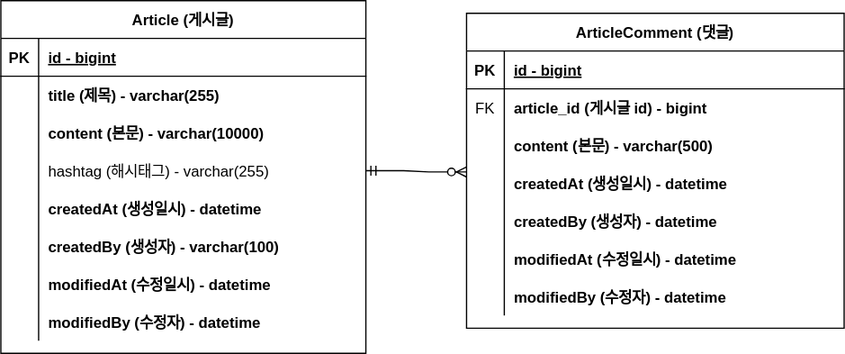
Before: document/project-board-erd.svg, a diagram exported from draw.io (tkdwls4453/project-board). Source tidied: cells renumbered, new cells last; positions are measured from the earlier drawing's top-left corner, leaving out a move shared by most shapes.
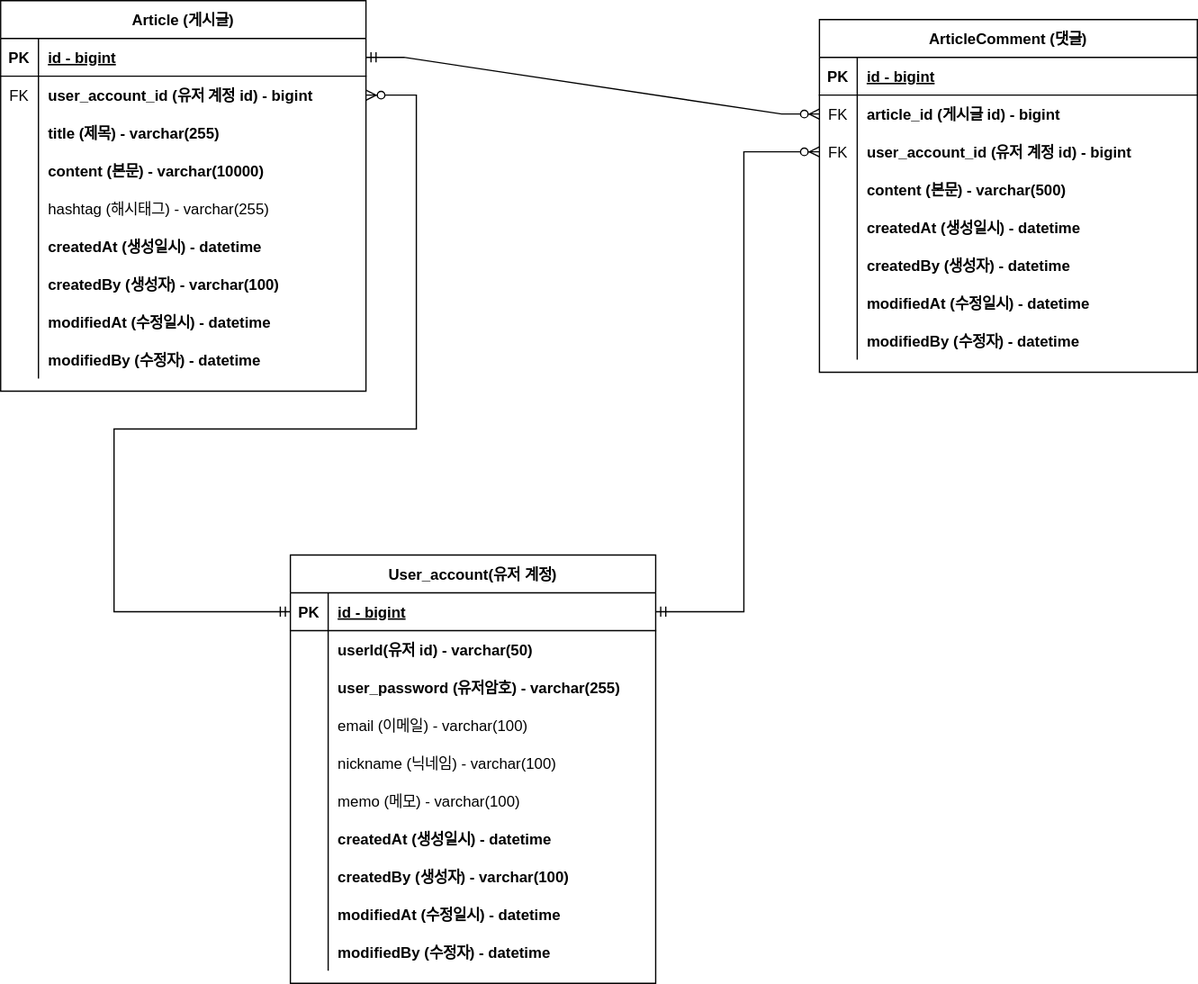
The same file after the commit.

Commit message:
#17 - project-board-erd.svg 업데이트 : user_account 도메인 추가

Diff of the diagram source:
```diff
@@ -3,7 +3,7 @@
     <mxCell id="0" />
     <mxCell id="1" parent="0" />
     <mxCell id="2" value="ArticleComment (댓글)" style="shape=table;startSize=30;rowLines=0;fontStyle=1;align=center;" parent="1" vertex="1">
-      <mxGeometry x="370" y="10" width="300" height="250" as="geometry" />
+      <mxGeometry x="650" y="15" width="300" height="280" as="geometry" />
     </mxCell>
     <mxCell id="3" style="shape=partialRectangle;fillColor=none;top=0;left=0;right=0;bottom=1;" parent="2" vertex="1">
       <mxGeometry y="30" width="300" height="30" as="geometry" />
@@ -23,8 +23,17 @@
     <mxCell id="8" value="article_id (게시글 id) - bigint" style="shape=partialRectangle;overflow=hidden;fillColor=none;top=0;left=0;bottom=0;right=0;align=left;spacingLeft=6;fontStyle=1;" parent="6" vertex="1">
       <mxGeometry x="30" width="270" height="30" as="geometry" />
     </mxCell>
+    <mxCell id="50" style="shape=partialRectangle;fillColor=none;points=[[0,0.5],[1,0.5]];portConstraint=eastwest;top=0;left=0;right=0;bottom=0;" parent="2" vertex="1">
+      <mxGeometry y="90" width="300" height="30" as="geometry" />
+    </mxCell>
+    <mxCell id="51" value="FK" style="shape=partialRectangle;overflow=hidden;fillColor=none;top=0;left=0;bottom=0;right=0;" parent="50" vertex="1">
+      <mxGeometry width="30" height="30" as="geometry" />
+    </mxCell>
+    <mxCell id="52" value="user_account_id (유저 계정 id) - bigint" style="shape=partialRectangle;overflow=hidden;fillColor=none;top=0;left=0;bottom=0;right=0;align=left;spacingLeft=6;fontStyle=1;" parent="50" vertex="1">
+      <mxGeometry x="30" width="270" height="30" as="geometry" />
+    </mxCell>
     <mxCell id="9" style="shape=partialRectangle;fillColor=none;top=0;left=0;right=0;bottom=0;" parent="2" vertex="1">
-      <mxGeometry y="90" width="300" height="30" as="geometry" />
+      <mxGeometry y="120" width="300" height="30" as="geometry" />
     </mxCell>
     <mxCell id="10" style="shape=partialRectangle;overflow=hidden;fillColor=none;top=0;left=0;bottom=0;right=0;" parent="9" vertex="1">
       <mxGeometry width="30" height="30" as="geometry" />
@@ -33,7 +42,7 @@
       <mxGeometry x="30" width="270" height="30" as="geometry" />
     </mxCell>
     <mxCell id="12" style="shape=partialRectangle;fillColor=none;points=[[0,0.5],[1,0.5]];portConstraint=eastwest;top=0;left=0;right=0;bottom=0;" parent="2" vertex="1">
-      <mxGeometry y="120" width="300" height="30" as="geometry" />
+      <mxGeometry y="150" width="300" height="30" as="geometry" />
     </mxCell>
     <mxCell id="13" style="shape=partialRectangle;overflow=hidden;fillColor=none;top=0;left=0;bottom=0;right=0;" parent="12" vertex="1">
       <mxGeometry width="30" height="30" as="geometry" />
@@ -42,7 +51,7 @@
       <mxGeometry x="30" width="270" height="30" as="geometry" />
     </mxCell>
     <mxCell id="15" style="shape=partialRectangle;fillColor=none;top=0;left=0;right=0;bottom=0;" parent="2" vertex="1">
-      <mxGeometry y="150" width="300" height="30" as="geometry" />
+      <mxGeometry y="180" width="300" height="30" as="geometry" />
     </mxCell>
     <mxCell id="16" style="shape=partialRectangle;overflow=hidden;fillColor=none;top=0;left=0;bottom=0;right=0;" parent="15" vertex="1">
       <mxGeometry width="30" height="30" as="geometry" />
@@ -51,7 +60,7 @@
       <mxGeometry x="30" width="270" height="30" as="geometry" />
     </mxCell>
     <mxCell id="18" style="shape=partialRectangle;fillColor=none;top=0;left=0;right=0;bottom=0;" parent="2" vertex="1">
-      <mxGeometry y="180" width="300" height="30" as="geometry" />
+      <mxGeometry y="210" width="300" height="30" as="geometry" />
     </mxCell>
     <mxCell id="19" style="shape=partialRectangle;overflow=hidden;fillColor=none;top=0;left=0;bottom=0;right=0;" parent="18" vertex="1">
       <mxGeometry width="30" height="30" as="geometry" />
@@ -60,7 +69,7 @@
       <mxGeometry x="30" width="270" height="30" as="geometry" />
     </mxCell>
     <mxCell id="21" style="shape=partialRectangle;fillColor=none;top=0;left=0;right=0;bottom=0;" parent="2" vertex="1">
-      <mxGeometry y="210" width="300" height="30" as="geometry" />
+      <mxGeometry y="240" width="300" height="30" as="geometry" />
     </mxCell>
     <mxCell id="22" style="shape=partialRectangle;overflow=hidden;fillColor=none;top=0;left=0;bottom=0;right=0;" parent="21" vertex="1">
       <mxGeometry width="30" height="30" as="geometry" />
@@ -69,7 +78,7 @@
       <mxGeometry x="30" width="270" height="30" as="geometry" />
     </mxCell>
     <mxCell id="24" value="Article (게시글)" style="shape=table;startSize=30;rowLines=0;fontStyle=1;align=center;" parent="1" vertex="1">
-      <mxGeometry width="290" height="280" as="geometry" />
+      <mxGeometry width="290" height="310" as="geometry" />
     </mxCell>
     <mxCell id="25" style="shape=partialRectangle;fillColor=none;points=[[0,0.5],[1,0.5]];portConstraint=eastwest;top=0;left=0;right=0;bottom=1;" parent="24" vertex="1">
       <mxGeometry y="30" width="290" height="30" as="geometry" />
@@ -83,14 +92,23 @@
     <mxCell id="28" style="shape=partialRectangle;fillColor=none;points=[[0,0.5],[1,0.5]];portConstraint=eastwest;top=0;left=0;right=0;bottom=0;" parent="24" vertex="1">
       <mxGeometry y="60" width="290" height="30" as="geometry" />
     </mxCell>
-    <mxCell id="29" style="shape=partialRectangle;overflow=hidden;fillColor=none;top=0;left=0;bottom=0;right=0;" parent="28" vertex="1">
+    <mxCell id="29" value="FK" style="shape=partialRectangle;overflow=hidden;fillColor=none;top=0;left=0;bottom=0;right=0;" parent="28" vertex="1">
       <mxGeometry width="30" height="30" as="geometry" />
     </mxCell>
-    <mxCell id="30" value="title (제목) - varchar(255)" style="shape=partialRectangle;overflow=hidden;fillColor=none;top=0;left=0;bottom=0;right=0;align=left;spacingLeft=6;fontStyle=1;" parent="28" vertex="1">
+    <mxCell id="30" value="user_account_id (유저 계정 id) - bigint" style="shape=partialRectangle;overflow=hidden;fillColor=none;top=0;left=0;bottom=0;right=0;align=left;spacingLeft=6;fontStyle=1;" parent="28" vertex="1">
       <mxGeometry x="30" width="260" height="30" as="geometry" />
     </mxCell>
+    <mxCell id="53" style="shape=partialRectangle;fillColor=none;top=0;left=0;right=0;bottom=0;" parent="24" vertex="1">
+      <mxGeometry y="90" width="290" height="30" as="geometry" />
+    </mxCell>
+    <mxCell id="54" style="shape=partialRectangle;overflow=hidden;fillColor=none;top=0;left=0;bottom=0;right=0;" parent="53" vertex="1">
+      <mxGeometry width="30" height="30" as="geometry" />
+    </mxCell>
+    <mxCell id="55" value="title (제목) - varchar(255)" style="shape=partialRectangle;overflow=hidden;fillColor=none;top=0;left=0;bottom=0;right=0;align=left;spacingLeft=6;fontStyle=1;" parent="53" vertex="1">
+      <mxGeometry x="30" width="260" height="30" as="geometry" />
+    </mxCell>
     <mxCell id="31" style="shape=partialRectangle;fillColor=none;top=0;left=0;right=0;bottom=0;" parent="24" vertex="1">
-      <mxGeometry y="90" width="290" height="30" as="geometry" />
+      <mxGeometry y="120" width="290" height="30" as="geometry" />
     </mxCell>
     <mxCell id="32" style="shape=partialRectangle;overflow=hidden;fillColor=none;top=0;left=0;bottom=0;right=0;" parent="31" vertex="1">
       <mxGeometry width="30" height="30" as="geometry" />
@@ -99,7 +117,7 @@
       <mxGeometry x="30" width="260" height="30" as="geometry" />
     </mxCell>
     <mxCell id="34" style="shape=partialRectangle;fillColor=none;points=[[0,0.5],[1,0.5]];portConstraint=eastwest;top=0;left=0;right=0;bottom=0;" parent="24" vertex="1">
-      <mxGeometry y="120" width="290" height="30" as="geometry" />
+      <mxGeometry y="150" width="290" height="30" as="geometry" />
     </mxCell>
     <mxCell id="35" style="shape=partialRectangle;overflow=hidden;fillColor=none;top=0;left=0;bottom=0;right=0;" parent="34" vertex="1">
       <mxGeometry width="30" height="30" as="geometry" />
@@ -108,7 +126,7 @@
       <mxGeometry x="30" width="260" height="30" as="geometry" />
     </mxCell>
     <mxCell id="37" style="shape=partialRectangle;fillColor=none;top=0;left=0;right=0;bottom=0;" parent="24" vertex="1">
-      <mxGeometry y="150" width="290" height="30" as="geometry" />
+      <mxGeometry y="180" width="290" height="30" as="geometry" />
     </mxCell>
     <mxCell id="38" style="shape=partialRectangle;overflow=hidden;fillColor=none;top=0;left=0;bottom=0;right=0;" parent="37" vertex="1">
       <mxGeometry width="30" height="30" as="geometry" />
@@ -117,7 +135,7 @@
       <mxGeometry x="30" width="260" height="30" as="geometry" />
     </mxCell>
     <mxCell id="40" style="shape=partialRectangle;fillColor=none;top=0;left=0;right=0;bottom=0;" parent="24" vertex="1">
-      <mxGeometry y="180" width="290" height="30" as="geometry" />
+      <mxGeometry y="210" width="290" height="30" as="geometry" />
     </mxCell>
     <mxCell id="41" style="shape=partialRectangle;overflow=hidden;fillColor=none;top=0;left=0;bottom=0;right=0;" parent="40" vertex="1">
       <mxGeometry width="30" height="30" as="geometry" />
@@ -126,7 +144,7 @@
       <mxGeometry x="30" width="260" height="30" as="geometry" />
     </mxCell>
     <mxCell id="43" style="shape=partialRectangle;fillColor=none;top=0;left=0;right=0;bottom=0;" parent="24" vertex="1">
-      <mxGeometry y="210" width="290" height="30" as="geometry" />
+      <mxGeometry y="240" width="290" height="30" as="geometry" />
     </mxCell>
     <mxCell id="44" style="shape=partialRectangle;overflow=hidden;fillColor=none;top=0;left=0;bottom=0;right=0;" parent="43" vertex="1">
       <mxGeometry width="30" height="30" as="geometry" />
@@ -135,7 +153,7 @@
       <mxGeometry x="30" width="260" height="30" as="geometry" />
     </mxCell>
     <mxCell id="46" style="shape=partialRectangle;fillColor=none;top=0;left=0;right=0;bottom=0;" parent="24" vertex="1">
-      <mxGeometry y="240" width="290" height="30" as="geometry" />
+      <mxGeometry y="270" width="290" height="30" as="geometry" />
     </mxCell>
     <mxCell id="47" style="shape=partialRectangle;overflow=hidden;fillColor=none;top=0;left=0;bottom=0;right=0;" parent="46" vertex="1">
       <mxGeometry width="30" height="30" as="geometry" />
@@ -143,8 +161,119 @@
     <mxCell id="48" value="modifiedBy (수정자) - datetime" style="shape=partialRectangle;overflow=hidden;fillColor=none;top=0;left=0;bottom=0;right=0;align=left;spacingLeft=6;fontStyle=1;" parent="46" vertex="1">
       <mxGeometry x="30" width="260" height="30" as="geometry" />
     </mxCell>
-    <mxCell id="49" style="edgeStyle=entityRelationEdgeStyle;fontSize=12;html=1;endArrow=ERzeroToMany;startArrow=ERmandOne;rounded=0;exitX=1;exitY=0.5;exitDx=0;exitDy=0;entryX=0;entryY=0.2;entryDx=0;entryDy=0;entryPerimeter=0;" parent="1" edge="1" source="34" target="12">
-      <mxGeometry relative="1" as="geometry" />
-    </mxCell>
+    <mxCell id="56" value="User_account(유저 계정)" style="shape=table;startSize=30;rowLines=0;fontStyle=1;align=center;" parent="1" vertex="1">
+      <mxGeometry x="230" y="440" width="290" height="340" as="geometry" />
+    </mxCell>
+    <mxCell id="57" style="shape=partialRectangle;fillColor=none;points=[[0,0.5],[1,0.5]];portConstraint=eastwest;top=0;left=0;right=0;bottom=1;" parent="56" vertex="1">
+      <mxGeometry y="30" width="290" height="30" as="geometry" />
+    </mxCell>
+    <mxCell id="58" value="PK" style="shape=partialRectangle;overflow=hidden;fillColor=none;top=0;left=0;bottom=0;right=0;fontStyle=1;" parent="57" vertex="1">
+      <mxGeometry width="30" height="30" as="geometry" />
+    </mxCell>
+    <mxCell id="59" value="id - bigint" style="shape=partialRectangle;overflow=hidden;fillColor=none;top=0;left=0;bottom=0;right=0;align=left;spacingLeft=6;fontStyle=5;" parent="57" vertex="1">
+      <mxGeometry x="30" width="260" height="30" as="geometry" />
+    </mxCell>
+    <mxCell id="60" style="shape=partialRectangle;fillColor=none;top=0;left=0;right=0;bottom=0;" parent="56" vertex="1">
+      <mxGeometry y="60" width="290" height="30" as="geometry" />
+    </mxCell>
+    <mxCell id="61" style="shape=partialRectangle;overflow=hidden;fillColor=none;top=0;left=0;bottom=0;right=0;" parent="60" vertex="1">
+      <mxGeometry width="30" height="30" as="geometry" />
+    </mxCell>
+    <mxCell id="62" value="userId(유저 id) - varchar(50)" style="shape=partialRectangle;overflow=hidden;fillColor=none;top=0;left=0;bottom=0;right=0;align=left;spacingLeft=6;fontStyle=1;" parent="60" vertex="1">
+      <mxGeometry x="30" width="260" height="30" as="geometry" />
+    </mxCell>
+    <mxCell id="63" style="shape=partialRectangle;fillColor=none;top=0;left=0;right=0;bottom=0;" parent="56" vertex="1">
+      <mxGeometry y="90" width="290" height="30" as="geometry" />
+    </mxCell>
+    <mxCell id="64" style="shape=partialRectangle;overflow=hidden;fillColor=none;top=0;left=0;bottom=0;right=0;" parent="63" vertex="1">
+      <mxGeometry width="30" height="30" as="geometry" />
+    </mxCell>
+    <mxCell id="65" value="user_password (유저암호) - varchar(255)" style="shape=partialRectangle;overflow=hidden;fillColor=none;top=0;left=0;bottom=0;right=0;align=left;spacingLeft=6;fontStyle=1;" parent="63" vertex="1">
+      <mxGeometry x="30" width="260" height="30" as="geometry" />
+    </mxCell>
+    <mxCell id="66" style="shape=partialRectangle;fillColor=none;top=0;left=0;right=0;bottom=0;" parent="56" vertex="1">
+      <mxGeometry y="120" width="290" height="30" as="geometry" />
+    </mxCell>
+    <mxCell id="67" style="shape=partialRectangle;overflow=hidden;fillColor=none;top=0;left=0;bottom=0;right=0;" parent="66" vertex="1">
+      <mxGeometry width="30" height="30" as="geometry" />
+    </mxCell>
+    <mxCell id="68" value="email (이메일) - varchar(100)" style="shape=partialRectangle;overflow=hidden;fillColor=none;top=0;left=0;bottom=0;right=0;align=left;spacingLeft=6;" parent="66" vertex="1">
+      <mxGeometry x="30" width="260" height="30" as="geometry" />
+    </mxCell>
+    <mxCell id="69" style="shape=partialRectangle;fillColor=none;top=0;left=0;right=0;bottom=0;" parent="56" vertex="1">
+      <mxGeometry y="150" width="290" height="30" as="geometry" />
+    </mxCell>
+    <mxCell id="70" style="shape=partialRectangle;overflow=hidden;fillColor=none;top=0;left=0;bottom=0;right=0;" parent="69" vertex="1">
+      <mxGeometry width="30" height="30" as="geometry" />
+    </mxCell>
+    <mxCell id="71" value="nickname (닉네임) - varchar(100)" style="shape=partialRectangle;overflow=hidden;fillColor=none;top=0;left=0;bottom=0;right=0;align=left;spacingLeft=6;" parent="69" vertex="1">
+      <mxGeometry x="30" width="260" height="30" as="geometry" />
+    </mxCell>
+    <mxCell id="72" style="shape=partialRectangle;fillColor=none;top=0;left=0;right=0;bottom=0;" parent="56" vertex="1">
+      <mxGeometry y="180" width="290" height="30" as="geometry" />
+    </mxCell>
+    <mxCell id="73" style="shape=partialRectangle;overflow=hidden;fillColor=none;top=0;left=0;bottom=0;right=0;" parent="72" vertex="1">
+      <mxGeometry width="30" height="30" as="geometry" />
+    </mxCell>
+    <mxCell id="74" value="memo (메모) - varchar(100)" style="shape=partialRectangle;overflow=hidden;fillColor=none;top=0;left=0;bottom=0;right=0;align=left;spacingLeft=6;" parent="72" vertex="1">
+      <mxGeometry x="30" width="260" height="30" as="geometry" />
+    </mxCell>
+    <mxCell id="75" style="shape=partialRectangle;fillColor=none;top=0;left=0;right=0;bottom=0;" parent="56" vertex="1">
+      <mxGeometry y="210" width="290" height="30" as="geometry" />
+    </mxCell>
+    <mxCell id="76" style="shape=partialRectangle;overflow=hidden;fillColor=none;top=0;left=0;bottom=0;right=0;" parent="75" vertex="1">
+      <mxGeometry width="30" height="30" as="geometry" />
+    </mxCell>
+    <mxCell id="77" value="createdAt (생성일시) - datetime" style="shape=partialRectangle;overflow=hidden;fillColor=none;top=0;left=0;bottom=0;right=0;align=left;spacingLeft=6;fontStyle=1;" parent="75" vertex="1">
+      <mxGeometry x="30" width="260" height="30" as="geometry" />
+    </mxCell>
+    <mxCell id="78" style="shape=partialRectangle;fillColor=none;top=0;left=0;right=0;bottom=0;" parent="56" vertex="1">
+      <mxGeometry y="240" width="290" height="30" as="geometry" />
+    </mxCell>
+    <mxCell id="79" style="shape=partialRectangle;overflow=hidden;fillColor=none;top=0;left=0;bottom=0;right=0;" parent="78" vertex="1">
+      <mxGeometry width="30" height="30" as="geometry" />
+    </mxCell>
+    <mxCell id="80" value="createdBy (생성자) - varchar(100)" style="shape=partialRectangle;overflow=hidden;fillColor=none;top=0;left=0;bottom=0;right=0;align=left;spacingLeft=6;fontStyle=1;" parent="78" vertex="1">
+      <mxGeometry x="30" width="260" height="30" as="geometry" />
+    </mxCell>
+    <mxCell id="81" style="shape=partialRectangle;fillColor=none;top=0;left=0;right=0;bottom=0;" parent="56" vertex="1">
+      <mxGeometry y="270" width="290" height="30" as="geometry" />
+    </mxCell>
+    <mxCell id="82" style="shape=partialRectangle;overflow=hidden;fillColor=none;top=0;left=0;bottom=0;right=0;" parent="81" vertex="1">
+      <mxGeometry width="30" height="30" as="geometry" />
+    </mxCell>
+    <mxCell id="83" value="modifiedAt (수정일시) - datetime" style="shape=partialRectangle;overflow=hidden;fillColor=none;top=0;left=0;bottom=0;right=0;align=left;spacingLeft=6;fontStyle=1;" parent="81" vertex="1">
+      <mxGeometry x="30" width="260" height="30" as="geometry" />
+    </mxCell>
+    <mxCell id="84" style="shape=partialRectangle;fillColor=none;top=0;left=0;right=0;bottom=0;" parent="56" vertex="1">
+      <mxGeometry y="300" width="290" height="30" as="geometry" />
+    </mxCell>
+    <mxCell id="85" style="shape=partialRectangle;overflow=hidden;fillColor=none;top=0;left=0;bottom=0;right=0;" parent="84" vertex="1">
+      <mxGeometry width="30" height="30" as="geometry" />
+    </mxCell>
+    <mxCell id="86" value="modifiedBy (수정자) - datetime" style="shape=partialRectangle;overflow=hidden;fillColor=none;top=0;left=0;bottom=0;right=0;align=left;spacingLeft=6;fontStyle=1;" parent="84" vertex="1">
+      <mxGeometry x="30" width="260" height="30" as="geometry" />
+    </mxCell>
+    <mxCell id="87" style="edgeStyle=orthogonalEdgeStyle;fontSize=12;html=1;endArrow=ERzeroToMany;startArrow=ERmandOne;rounded=0;exitX=0;exitY=0.5;exitDx=0;exitDy=0;entryX=1;entryY=0.5;entryDx=0;entryDy=0;" parent="1" edge="1" source="57" target="28">
+      <mxGeometry relative="1" as="geometry">
+        <Array as="points">
+          <mxPoint x="90" y="485" />
+          <mxPoint x="90" y="340" />
+          <mxPoint x="330" y="340" />
+          <mxPoint x="330" y="75" />
+        </Array>
+      </mxGeometry>
+    </mxCell>
+    <mxCell id="88" style="edgeStyle=entityRelationEdgeStyle;fontSize=12;html=1;endArrow=ERzeroToMany;startArrow=ERmandOne;rounded=0;exitX=1;exitY=0.5;exitDx=0;exitDy=0;entryX=0;entryY=0.5;entryDx=0;entryDy=0;" parent="1" edge="1" source="25" target="6">
+      <mxGeometry relative="1" as="geometry" />
+    </mxCell>
+    <mxCell id="89" style="edgeStyle=orthogonalEdgeStyle;fontSize=12;html=1;endArrow=ERzeroToMany;startArrow=ERmandOne;rounded=0;exitX=1;exitY=0.5;exitDx=0;exitDy=0;entryX=0;entryY=0.5;entryDx=0;entryDy=0;" parent="1" edge="1" source="57" target="50">
+      <mxGeometry relative="1" as="geometry">
+        <Array as="points">
+          <mxPoint x="590" y="485" />
+          <mxPoint x="590" y="120" />
+        </Array>
+      </mxGeometry>
+    </mxCell>
   </root>
 </mxGraphModel>
```
